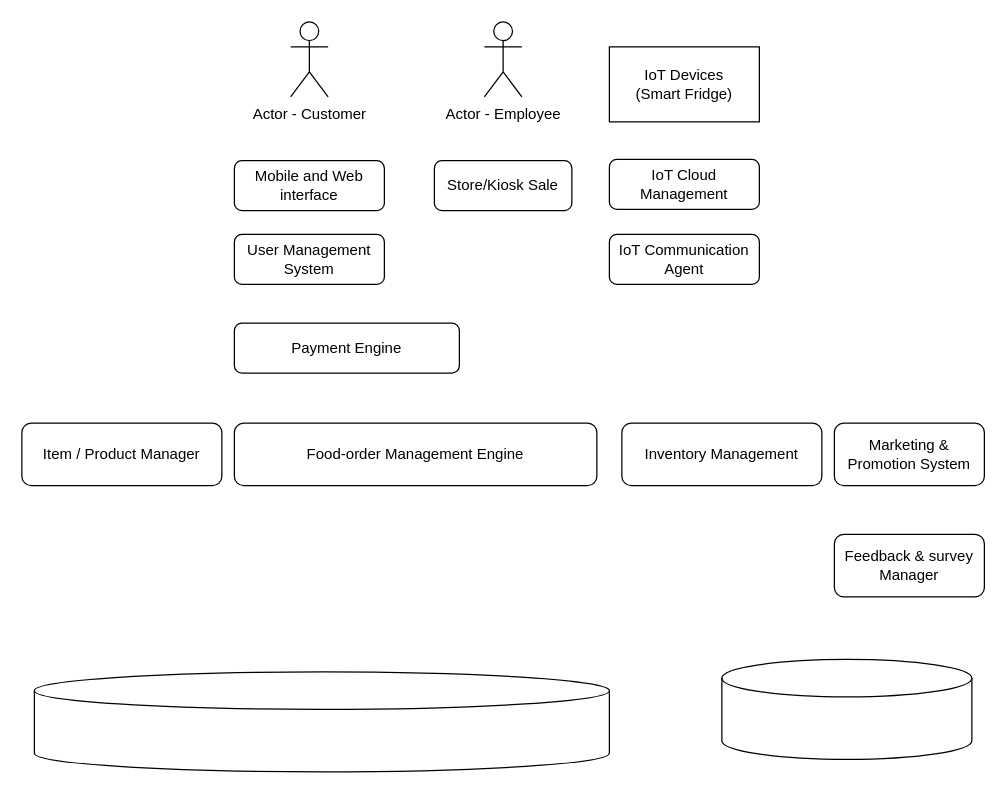
This is page "High-level workflow" (1 of 4) of Farmacy_High_Level_Workflow.drawio from techstarskatas/sparklingstarskatas, a draw.io file, before an edit. Source tidied: cells renumbered, new cells numbered last; positions are measured from the earlier drawing's top-left corner, leaving out a move shared by most shapes. Both pictures are drawn from the tidied source at 125%, with x=0, y=0 at pixel (21, 21).
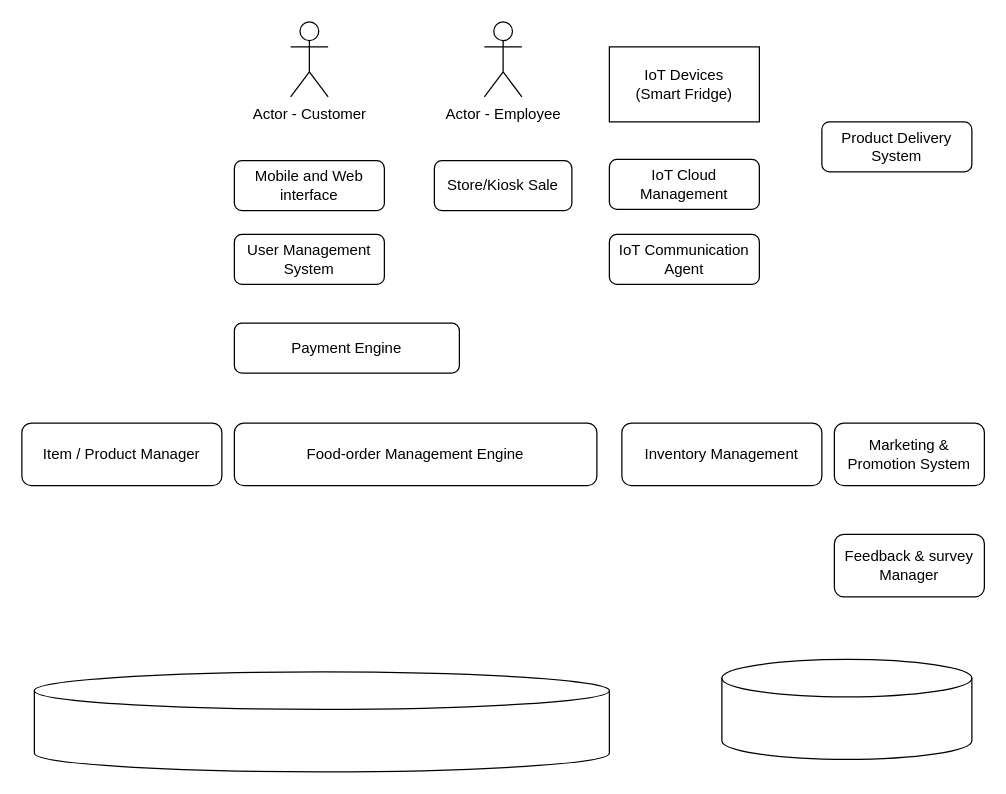
Above is the later version.

Diff of the diagram source:
```diff
@@
 <mxGraphModel>
   <root>
     <mxCell id="0" />
     <mxCell id="1" parent="0" />
     <mxCell id="2" value="&lt;span&gt;Food-order Management Engine &lt;/span&gt;" style="rounded=1;whiteSpace=wrap;html=1;" parent="1" vertex="1">
       <mxGeometry x="170" y="321" width="290" height="50" as="geometry" />
     </mxCell>
     <mxCell id="3" value="Item / Product Manager" style="rounded=1;whiteSpace=wrap;html=1;" parent="1" vertex="1">
       <mxGeometry y="321" width="160" height="50" as="geometry" />
     </mxCell>
     <mxCell id="4" value="User Management System" style="rounded=1;whiteSpace=wrap;html=1;" parent="1" vertex="1">
       <mxGeometry x="170" y="170" width="120" height="40" as="geometry" />
     </mxCell>
     <mxCell id="5" value="&lt;p&gt;&lt;span&gt;&lt;span&gt;&lt;/span&gt;&lt;/span&gt;&lt;span&gt;Mobile and Web interface&lt;/span&gt;&lt;/p&gt;" style="rounded=1;whiteSpace=wrap;html=1;" parent="1" vertex="1">
       <mxGeometry x="170" y="111" width="120" height="40" as="geometry" />
     </mxCell>
     <mxCell id="6" value="Actor - Customer" style="shape=umlActor;verticalLabelPosition=bottom;verticalAlign=top;html=1;" parent="1" vertex="1">
       <mxGeometry x="215" width="30" height="60" as="geometry" />
     </mxCell>
     <mxCell id="7" value="Actor - Employee" style="shape=umlActor;verticalLabelPosition=bottom;verticalAlign=top;html=1;" parent="1" vertex="1">
       <mxGeometry x="370" width="30" height="60" as="geometry" />
     </mxCell>
     <mxCell id="8" value="&lt;p&gt;&lt;span&gt;Store/Kiosk Sale&lt;/span&gt;&lt;/p&gt;" style="rounded=1;whiteSpace=wrap;html=1;" parent="1" vertex="1">
       <mxGeometry x="330" y="111" width="110" height="40" as="geometry" />
     </mxCell>
     <mxCell id="9" value="&lt;p&gt;&lt;span&gt;Payment Engine&lt;/span&gt;&lt;/p&gt;" style="rounded=1;whiteSpace=wrap;html=1;" parent="1" vertex="1">
       <mxGeometry x="170" y="241" width="180" height="40" as="geometry" />
     </mxCell>
     <mxCell id="10" value="&lt;div&gt;IoT Devices&lt;/div&gt;&lt;div&gt;(Smart Fridge)&lt;br&gt;&lt;/div&gt;" style="rounded=0;whiteSpace=wrap;html=1;" parent="1" vertex="1">
       <mxGeometry x="470" y="20" width="120" height="60" as="geometry" />
     </mxCell>
     <mxCell id="11" value="&lt;p&gt;&lt;span&gt;IoT Communication Agent&lt;/span&gt;&lt;/p&gt;" style="rounded=1;whiteSpace=wrap;html=1;" parent="1" vertex="1">
       <mxGeometry x="470" y="170" width="120" height="40" as="geometry" />
     </mxCell>
     <mxCell id="12" value="Marketing &amp;amp; Promotion System" style="rounded=1;whiteSpace=wrap;html=1;" parent="1" vertex="1">
       <mxGeometry x="650" y="321" width="120" height="50" as="geometry" />
     </mxCell>
     <mxCell id="13" style="shape=cylinder3;whiteSpace=wrap;html=1;boundedLbl=1;backgroundOutline=1;size=15;" parent="1" vertex="1">
       <mxGeometry x="10" y="520" width="460" height="80" as="geometry" />
     </mxCell>
     <mxCell id="14" style="shape=cylinder3;whiteSpace=wrap;html=1;boundedLbl=1;backgroundOutline=1;size=15;" parent="1" vertex="1">
       <mxGeometry x="560" y="510" width="200" height="80" as="geometry" />
     </mxCell>
     <mxCell id="15" value="&lt;p&gt;&lt;span&gt;IoT Cloud Management&lt;/span&gt;&lt;/p&gt;" style="rounded=1;whiteSpace=wrap;html=1;" parent="1" vertex="1">
       <mxGeometry x="470" y="110" width="120" height="40" as="geometry" />
     </mxCell>
     <mxCell id="16" value="Inventory Management" style="rounded=1;whiteSpace=wrap;html=1;" parent="1" vertex="1">
       <mxGeometry x="480" y="321" width="160" height="50" as="geometry" />
     </mxCell>
     <mxCell id="17" value="Feedback &amp;amp; survey Manager" style="rounded=1;whiteSpace=wrap;html=1;" parent="1" vertex="1">
       <mxGeometry x="650" y="410" width="120" height="50" as="geometry" />
     </mxCell>
+    <mxCell id="18" value="Product Delivery System" style="rounded=1;whiteSpace=wrap;html=1;" parent="1" vertex="1">
+      <mxGeometry x="640" y="80" width="120" height="40" as="geometry" />
+    </mxCell>
   </root>
 </mxGraphModel>
```
